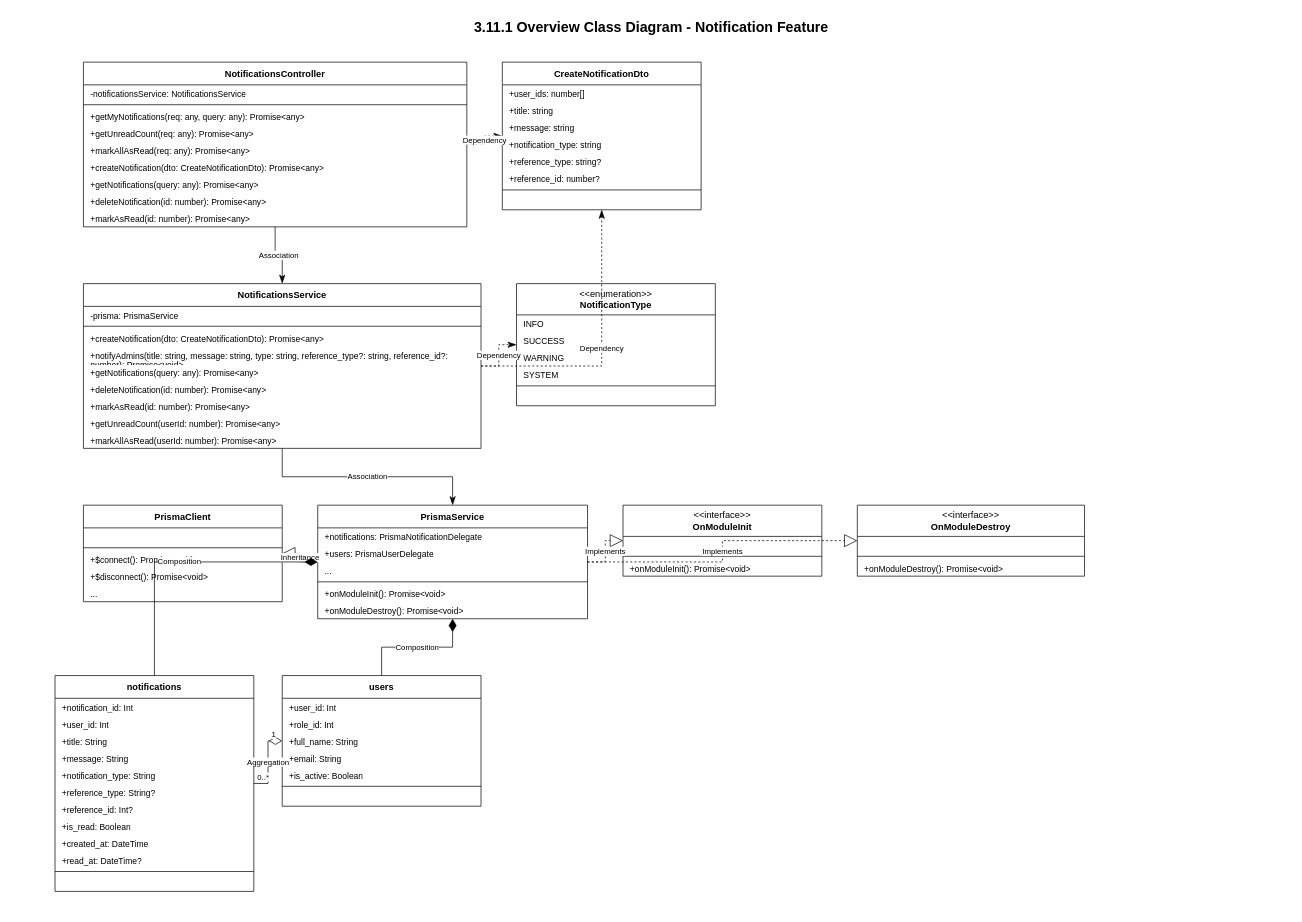
Earlier version of the draw.io diagram page "Notifications Overview" (1 of 3) of notifications_all_class_diagrams.drawio (CuongBC195/class-diagram-donation-blood). Source tidied: cells renumbered, new cells numbered last; positions are measured from the earlier drawing's top-left corner, leaving out a move shared by most shapes. Both pictures are drawn from the tidied source at 71%, with x=0, y=0 at pixel (12, 12).
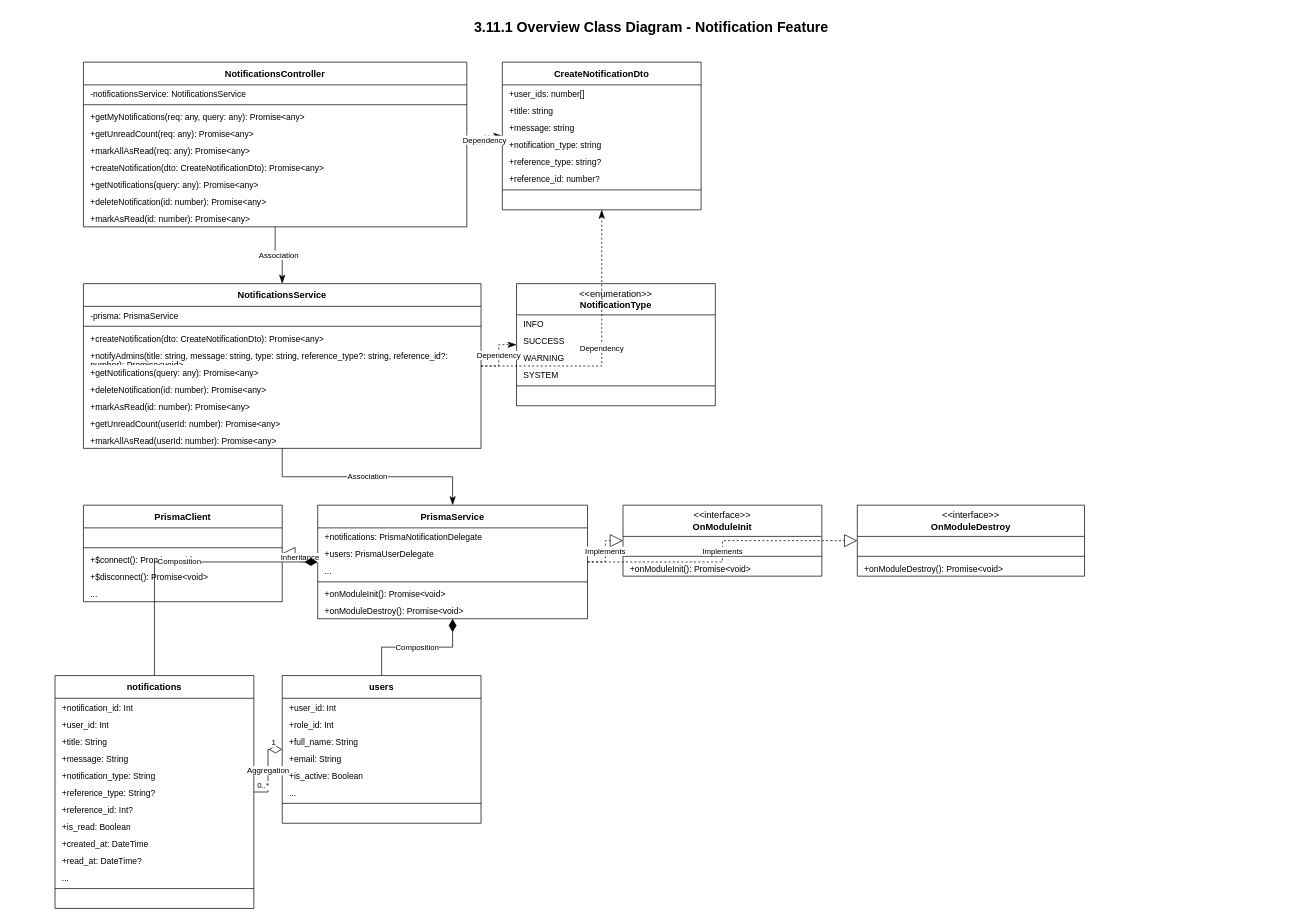
Above is the later version.

What changed in the source:
```diff
@@
     <mxCell id="60" value="&lt;b&gt;notifications&lt;/b&gt;" style="swimlane;fontStyle=0;horizontal=1;startSize=32;whiteSpace=wrap;html=1;fillColor=#ffffff;strokeColor=#000000;swimlaneFillColor=#ffffff;fontColor=#000000;fontFamily=Arial;fontSize=13;" parent="1" vertex="1">
-      <mxGeometry x="60" y="934" width="280" height="304" as="geometry" />
+      <mxGeometry x="60" y="934" width="280" height="328" as="geometry" />
     </mxCell>
@@
+    <mxCell id="94" value="..." style="text;strokeColor=none;fillColor=none;align=left;verticalAlign=top;spacingLeft=8;spacingRight=8;overflow=hidden;whiteSpace=wrap;html=1;fontFamily=Arial;fontSize=12;fontColor=#000000;" parent="60" vertex="1">
+      <mxGeometry y="272" width="280" height="24" as="geometry" />
+    </mxCell>
     <mxCell id="71" style="line;strokeWidth=1;fillColor=none;strokeColor=#000000;align=left;verticalAlign=middle;" parent="60" vertex="1">
-      <mxGeometry y="272" width="280" height="8" as="geometry" />
+      <mxGeometry y="296" width="280" height="8" as="geometry" />
     </mxCell>
     <mxCell id="72" value=" " style="text;strokeColor=none;fillColor=none;align=left;verticalAlign=top;spacingLeft=8;spacingRight=8;overflow=hidden;whiteSpace=wrap;html=1;fontFamily=Arial;fontSize=12;fontColor=#000000;" parent="60" vertex="1">
-      <mxGeometry y="280" width="280" height="24" as="geometry" />
+      <mxGeometry y="304" width="280" height="24" as="geometry" />
     </mxCell>
     <mxCell id="73" value="&lt;b&gt;users&lt;/b&gt;" style="swimlane;fontStyle=0;horizontal=1;startSize=32;whiteSpace=wrap;html=1;fillColor=#ffffff;strokeColor=#000000;swimlaneFillColor=#ffffff;fontColor=#000000;fontFamily=Arial;fontSize=13;" parent="1" vertex="1">
-      <mxGeometry x="380" y="934" width="280" height="184" as="geometry" />
+      <mxGeometry x="380" y="934" width="280" height="208" as="geometry" />
     </mxCell>
@@
+    <mxCell id="95" value="..." style="text;strokeColor=none;fillColor=none;align=left;verticalAlign=top;spacingLeft=8;spacingRight=8;overflow=hidden;whiteSpace=wrap;html=1;fontFamily=Arial;fontSize=12;fontColor=#000000;" parent="73" vertex="1">
+      <mxGeometry y="152" width="280" height="24" as="geometry" />
+    </mxCell>
     <mxCell id="79" style="line;strokeWidth=1;fillColor=none;strokeColor=#000000;align=left;verticalAlign=middle;" parent="73" vertex="1">
-      <mxGeometry y="152" width="280" height="8" as="geometry" />
+      <mxGeometry y="176" width="280" height="8" as="geometry" />
     </mxCell>
     <mxCell id="80" value=" " style="text;strokeColor=none;fillColor=none;align=left;verticalAlign=top;spacingLeft=8;spacingRight=8;overflow=hidden;whiteSpace=wrap;html=1;fontFamily=Arial;fontSize=12;fontColor=#000000;" parent="73" vertex="1">
-      <mxGeometry y="160" width="280" height="24" as="geometry" />
+      <mxGeometry y="184" width="280" height="24" as="geometry" />
     </mxCell>
```
